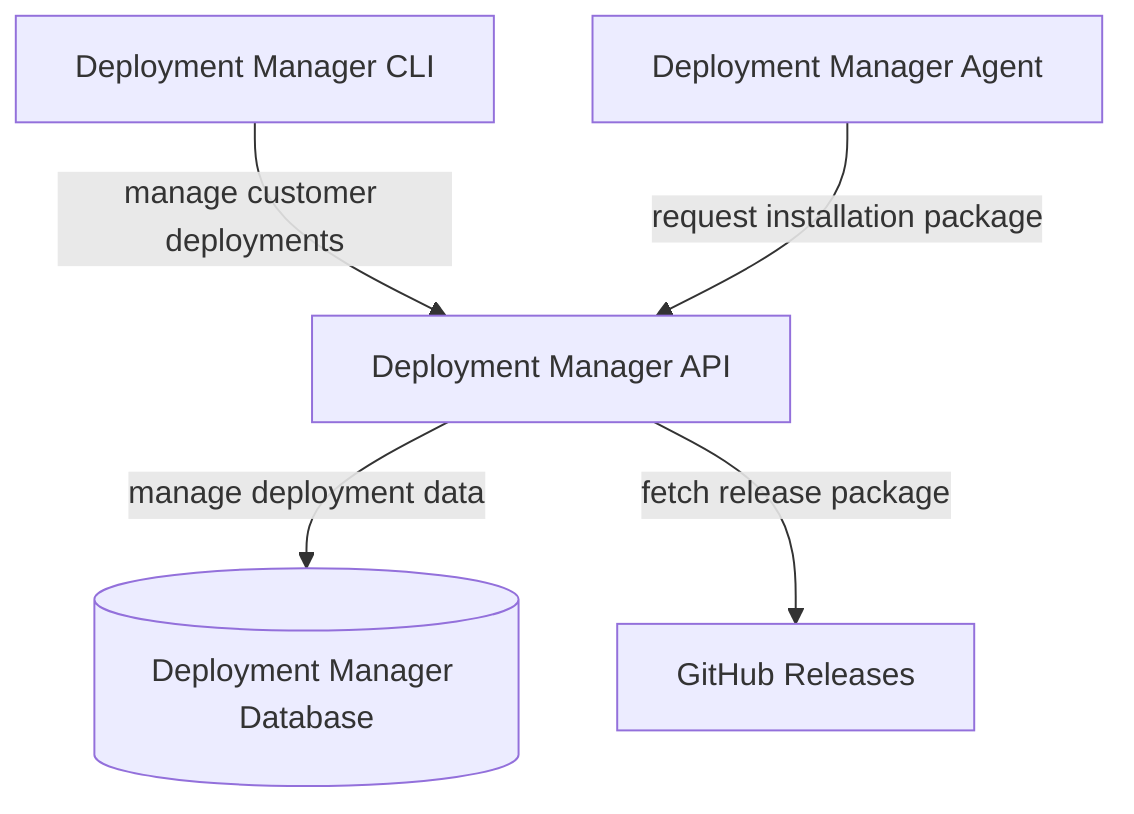
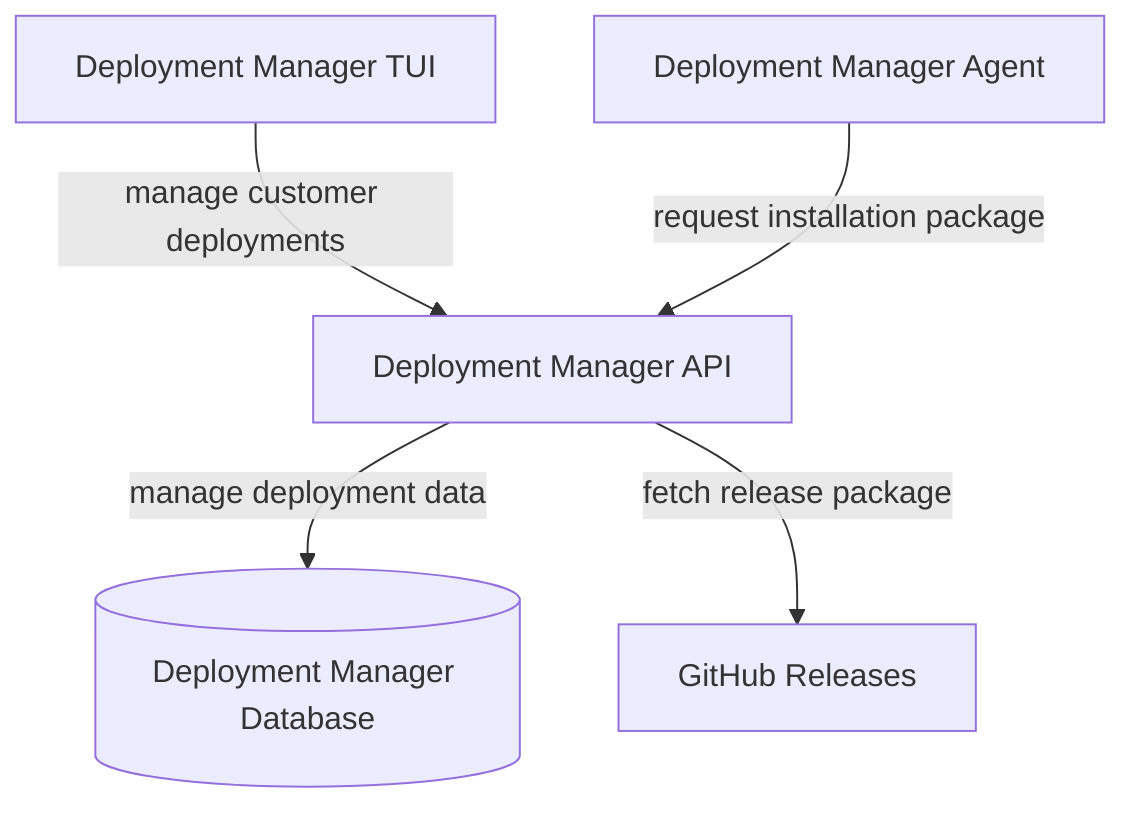
flowchart TB
-     CLI["Deployment Manager CLI"]
+     TUI["Deployment Manager TUI"]
    Agent["Deployment Manager Agent"]

    API["Deployment Manager API"]

    DB[("Deployment Manager Database")]
    GitHub["GitHub Releases"]

-     CLI -->|"manage customer deployments"| API
+     TUI -->|"manage customer deployments"| API
    Agent -->|"request installation package"| API

    API -->|"manage deployment data"| DB
    API -->|"fetch release package"| GitHub